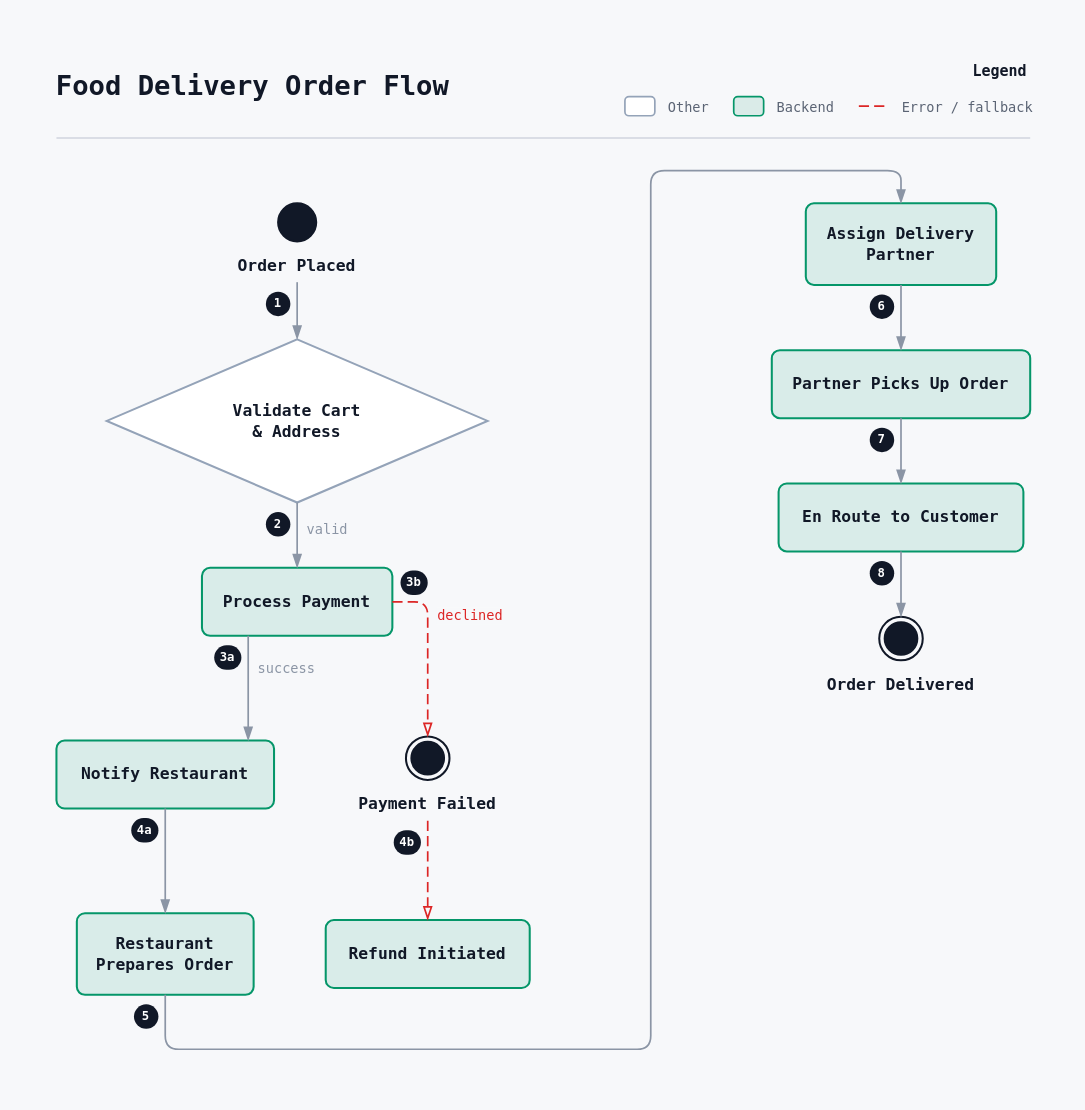
This is examples/swiggy_order_flow/swiggy_order_flow.drawio from rg12301/rdg, a draw.io file, before an edit. Source tidied: cells renumbered, new cells numbered last; positions are measured from the earlier drawing's top-left corner, leaving out a move shared by most shapes. Both pictures are drawn from the tidied source at 136%, with x=0, y=0 at pixel (23, 23).
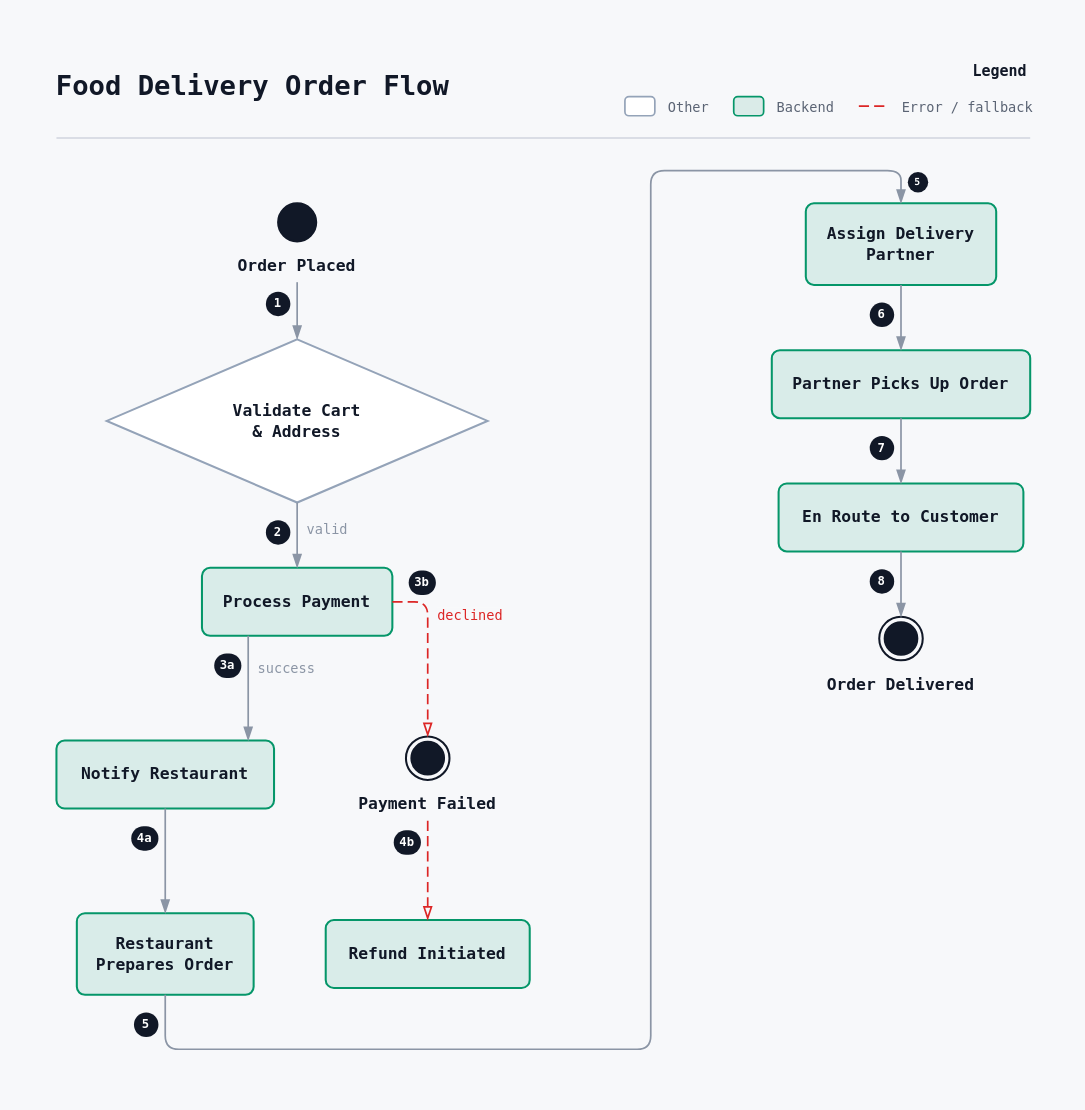
Above is the later version.

What changed in the source:
```diff
@@
     <mxCell id="20" value="2" style="rounded=1;arcSize=50;whiteSpace=wrap;html=1;fillColor=#111827;strokeColor=none;fontColor=#ffffff;fontSize=9;fontStyle=1;fontFamily=JetBrains Mono, ui-monospace, SFMono-Regular, Menlo, Consolas, monospace;spacing=0;" parent="1" vertex="1">
-      <mxGeometry x="178" y="359" width="18" height="18" as="geometry" />
+      <mxGeometry x="178" y="365" width="18" height="18" as="geometry" />
     </mxCell>
@@
     <mxCell id="22" value="3a" style="rounded=1;arcSize=50;whiteSpace=wrap;html=1;fillColor=#111827;strokeColor=none;fontColor=#ffffff;fontSize=9;fontStyle=1;fontFamily=JetBrains Mono, ui-monospace, SFMono-Regular, Menlo, Consolas, monospace;spacing=0;" parent="1" vertex="1">
-      <mxGeometry x="140" y="457" width="20" height="18" as="geometry" />
+      <mxGeometry x="140" y="463" width="20" height="18" as="geometry" />
     </mxCell>
@@
     <mxCell id="24" value="3b" style="rounded=1;arcSize=50;whiteSpace=wrap;html=1;fillColor=#111827;strokeColor=none;fontColor=#ffffff;fontSize=9;fontStyle=1;fontFamily=JetBrains Mono, ui-monospace, SFMono-Regular, Menlo, Consolas, monospace;spacing=0;" parent="1" vertex="1">
-      <mxGeometry x="277" y="402" width="20" height="18" as="geometry" />
+      <mxGeometry x="283" y="402" width="20" height="18" as="geometry" />
     </mxCell>
@@
     <mxCell id="28" value="4a" style="rounded=1;arcSize=50;whiteSpace=wrap;html=1;fillColor=#111827;strokeColor=none;fontColor=#ffffff;fontSize=9;fontStyle=1;fontFamily=JetBrains Mono, ui-monospace, SFMono-Regular, Menlo, Consolas, monospace;spacing=0;" parent="1" vertex="1">
-      <mxGeometry x="79" y="584" width="20" height="18" as="geometry" />
+      <mxGeometry x="79" y="590" width="20" height="18" as="geometry" />
     </mxCell>
@@
     <mxCell id="30" value="5" style="rounded=1;arcSize=50;whiteSpace=wrap;html=1;fillColor=#111827;strokeColor=none;fontColor=#ffffff;fontSize=9;fontStyle=1;fontFamily=JetBrains Mono, ui-monospace, SFMono-Regular, Menlo, Consolas, monospace;spacing=0;" parent="1" vertex="1">
-      <mxGeometry x="81" y="721" width="18" height="18" as="geometry" />
+      <mxGeometry x="81" y="727" width="18" height="18" as="geometry" />
     </mxCell>
+    <mxCell id="46" value="5" style="rounded=1;arcSize=50;whiteSpace=wrap;html=1;fillColor=#111827;strokeColor=none;fontColor=#ffffff;fontSize=7.2;fontStyle=1;fontFamily=JetBrains Mono, ui-monospace, SFMono-Regular, Menlo, Consolas, monospace;spacing=0;" parent="1" vertex="1">
+      <mxGeometry x="650" y="109" width="15" height="15" as="geometry" />
+    </mxCell>
@@
     <mxCell id="32" value="6" style="rounded=1;arcSize=50;whiteSpace=wrap;html=1;fillColor=#111827;strokeColor=none;fontColor=#ffffff;fontSize=9;fontStyle=1;fontFamily=JetBrains Mono, ui-monospace, SFMono-Regular, Menlo, Consolas, monospace;spacing=0;" parent="1" vertex="1">
-      <mxGeometry x="622" y="199" width="18" height="18" as="geometry" />
+      <mxGeometry x="622" y="205" width="18" height="18" as="geometry" />
     </mxCell>
@@
     <mxCell id="34" value="7" style="rounded=1;arcSize=50;whiteSpace=wrap;html=1;fillColor=#111827;strokeColor=none;fontColor=#ffffff;fontSize=9;fontStyle=1;fontFamily=JetBrains Mono, ui-monospace, SFMono-Regular, Menlo, Consolas, monospace;spacing=0;" parent="1" vertex="1">
-      <mxGeometry x="622" y="297" width="18" height="18" as="geometry" />
+      <mxGeometry x="622" y="303" width="18" height="18" as="geometry" />
     </mxCell>
@@
     <mxCell id="36" value="8" style="rounded=1;arcSize=50;whiteSpace=wrap;html=1;fillColor=#111827;strokeColor=none;fontColor=#ffffff;fontSize=9;fontStyle=1;fontFamily=JetBrains Mono, ui-monospace, SFMono-Regular, Menlo, Consolas, monospace;spacing=0;" parent="1" vertex="1">
-      <mxGeometry x="622" y="395" width="18" height="18" as="geometry" />
+      <mxGeometry x="622" y="401" width="18" height="18" as="geometry" />
     </mxCell>
```
